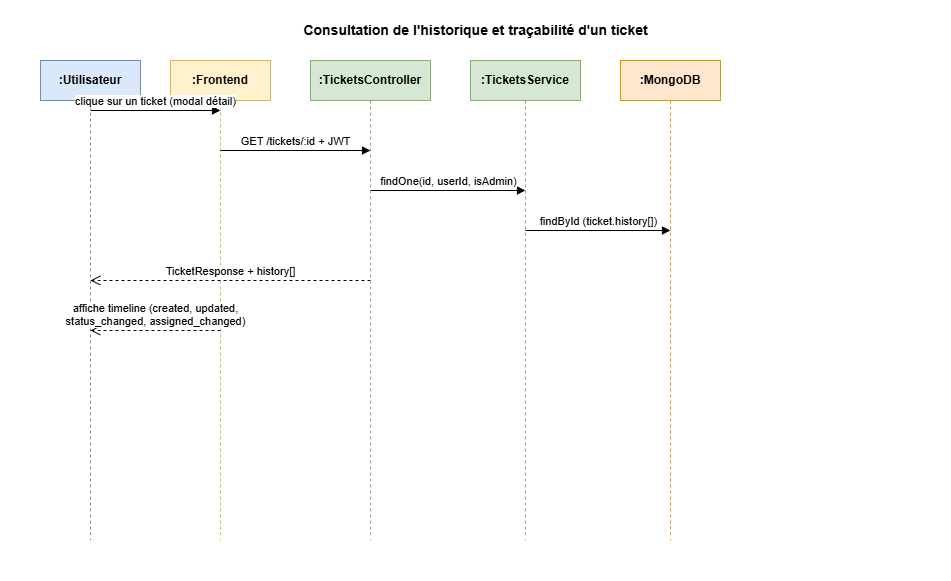
The draw.io diagram docs/diagrammes/seq-historique.png in amelbenhazem/TicketManager, before a commit. Source tidied: cells renumbered, new cells last; positions are measured from the earlier drawing's top-left corner, leaving out a move shared by most shapes.
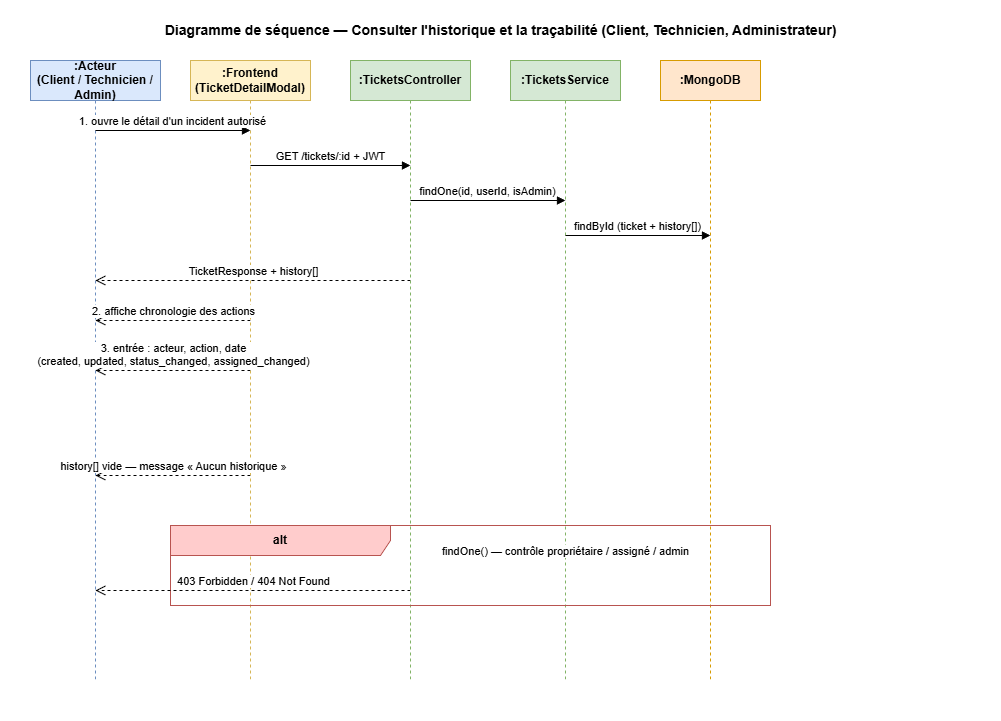
Above is the later version.

Change to the diagram source:
```diff
@@ -3,61 +3,88 @@
     <mxCell id="0" />
     <mxCell id="1" parent="0" />
     <mxCell id="2" style="rounded=0;whiteSpace=wrap;html=1;fillColor=#ffffff;strokeColor=none;" parent="1" vertex="1">
-      <mxGeometry width="950" height="580" as="geometry" />
+      <mxGeometry width="1000" height="720" as="geometry" />
     </mxCell>
-    <mxCell id="3" value="Consultation de l'historique et traçabilité d'un ticket" style="text;html=1;strokeColor=none;fillColor=#ffffff;align=center;fontSize=14;fontStyle=1;fontColor=#000000;" parent="1" vertex="1">
-      <mxGeometry x="200" y="15" width="550" height="30" as="geometry" />
+    <mxCell id="3" value="Diagramme de séquence — Consulter l'historique et la traçabilité (Client, Technicien, Administrateur)" style="text;html=1;strokeColor=none;fillColor=#ffffff;align=center;fontSize=14;fontStyle=1;fontColor=#000000;" parent="1" vertex="1">
+      <mxGeometry x="100" y="15" width="800" height="30" as="geometry" />
     </mxCell>
-    <mxCell id="4" value=":Utilisateur" style="shape=umlLifeline;whiteSpace=wrap;html=1;size=40;fillColor=#dae8fc;strokeColor=#6c8ebf;fontColor=#000000;fontStyle=1;" parent="1" vertex="1">
-      <mxGeometry x="40" y="60" width="100" height="480" as="geometry" />
+    <mxCell id="4" value=":Acteur&#10;(Client / Technicien / Admin)" style="shape=umlLifeline;whiteSpace=wrap;html=1;size=40;fillColor=#dae8fc;strokeColor=#6c8ebf;fontColor=#000000;fontStyle=1;" parent="1" vertex="1">
+      <mxGeometry x="30" y="60" width="130" height="620" as="geometry" />
     </mxCell>
-    <mxCell id="5" value=":Frontend" style="shape=umlLifeline;whiteSpace=wrap;html=1;size=40;fillColor=#fff2cc;strokeColor=#d6b656;fontColor=#000000;fontStyle=1;" parent="1" vertex="1">
-      <mxGeometry x="170" y="60" width="100" height="480" as="geometry" />
+    <mxCell id="5" value=":Frontend&#10;(TicketDetailModal)" style="shape=umlLifeline;whiteSpace=wrap;html=1;size=40;fillColor=#fff2cc;strokeColor=#d6b656;fontColor=#000000;fontStyle=1;" parent="1" vertex="1">
+      <mxGeometry x="190" y="60" width="120" height="620" as="geometry" />
     </mxCell>
     <mxCell id="6" value=":TicketsController" style="shape=umlLifeline;whiteSpace=wrap;html=1;size=40;fillColor=#d5e8d4;strokeColor=#82b366;fontColor=#000000;fontStyle=1;" parent="1" vertex="1">
-      <mxGeometry x="310" y="60" width="120" height="480" as="geometry" />
+      <mxGeometry x="350" y="60" width="120" height="620" as="geometry" />
     </mxCell>
     <mxCell id="7" value=":TicketsService" style="shape=umlLifeline;whiteSpace=wrap;html=1;size=40;fillColor=#d5e8d4;strokeColor=#82b366;fontColor=#000000;fontStyle=1;" parent="1" vertex="1">
-      <mxGeometry x="470" y="60" width="110" height="480" as="geometry" />
+      <mxGeometry x="510" y="60" width="110" height="620" as="geometry" />
     </mxCell>
     <mxCell id="8" value=":MongoDB" style="shape=umlLifeline;whiteSpace=wrap;html=1;size=40;fillColor=#ffe6cc;strokeColor=#d79b00;fontColor=#000000;fontStyle=1;" parent="1" vertex="1">
-      <mxGeometry x="620" y="60" width="100" height="480" as="geometry" />
+      <mxGeometry x="660" y="60" width="100" height="620" as="geometry" />
     </mxCell>
-    <mxCell id="9" value="clique sur un ticket (modal détail)" style="html=1;verticalAlign=bottom;endArrow=block;labelBackgroundColor=#ffffff;fontColor=#000000;strokeColor=#000000;" parent="1" edge="1">
+    <mxCell id="9" value="1. ouvre le détail d'un incident autorisé" style="html=1;verticalAlign=bottom;endArrow=block;labelBackgroundColor=#ffffff;fontColor=#000000;strokeColor=#000000;" parent="1" edge="1">
       <mxGeometry relative="1" as="geometry">
-        <mxPoint x="90" y="110" as="sourcePoint" />
-        <mxPoint x="220" y="110" as="targetPoint" />
+        <mxPoint x="95" y="130" as="sourcePoint" />
+        <mxPoint x="250" y="130" as="targetPoint" />
       </mxGeometry>
     </mxCell>
     <mxCell id="10" value="GET /tickets/:id + JWT" style="html=1;verticalAlign=bottom;endArrow=block;labelBackgroundColor=#ffffff;fontColor=#000000;strokeColor=#000000;" parent="1" edge="1">
       <mxGeometry relative="1" as="geometry">
-        <mxPoint x="220" y="150" as="sourcePoint" />
-        <mxPoint x="370" y="150" as="targetPoint" />
+        <mxPoint x="250" y="165" as="sourcePoint" />
+        <mxPoint x="410" y="165" as="targetPoint" />
       </mxGeometry>
     </mxCell>
     <mxCell id="11" value="findOne(id, userId, isAdmin)" style="html=1;verticalAlign=bottom;endArrow=block;labelBackgroundColor=#ffffff;fontColor=#000000;strokeColor=#000000;" parent="1" edge="1">
       <mxGeometry relative="1" as="geometry">
-        <mxPoint x="370" y="190" as="sourcePoint" />
-        <mxPoint x="525" y="190" as="targetPoint" />
+        <mxPoint x="410" y="200" as="sourcePoint" />
+        <mxPoint x="565" y="200" as="targetPoint" />
       </mxGeometry>
     </mxCell>
-    <mxCell id="12" value="findById (ticket.history[])" style="html=1;verticalAlign=bottom;endArrow=block;labelBackgroundColor=#ffffff;fontColor=#000000;strokeColor=#000000;" parent="1" edge="1">
+    <mxCell id="12" value="findById (ticket + history[])" style="html=1;verticalAlign=bottom;endArrow=block;labelBackgroundColor=#ffffff;fontColor=#000000;strokeColor=#000000;" parent="1" edge="1">
       <mxGeometry relative="1" as="geometry">
-        <mxPoint x="525" y="230" as="sourcePoint" />
-        <mxPoint x="670" y="230" as="targetPoint" />
+        <mxPoint x="565" y="235" as="sourcePoint" />
+        <mxPoint x="710" y="235" as="targetPoint" />
       </mxGeometry>
     </mxCell>
     <mxCell id="13" value="TicketResponse + history[]" style="html=1;verticalAlign=bottom;endArrow=open;dashed=1;endSize=8;labelBackgroundColor=#ffffff;fontColor=#000000;strokeColor=#000000;" parent="1" edge="1">
       <mxGeometry relative="1" as="geometry">
-        <mxPoint x="370" y="280" as="sourcePoint" />
-        <mxPoint x="90" y="280" as="targetPoint" />
+        <mxPoint x="410" y="280" as="sourcePoint" />
+        <mxPoint x="95" y="280" as="targetPoint" />
       </mxGeometry>
     </mxCell>
-    <mxCell id="14" value="affiche timeline (created, updated,&#10;status_changed, assigned_changed)" style="html=1;verticalAlign=bottom;endArrow=open;dashed=1;endSize=8;labelBackgroundColor=#ffffff;fontColor=#000000;strokeColor=#000000;" parent="1" edge="1">
+    <mxCell id="14" value="2. affiche chronologie des actions" style="html=1;verticalAlign=bottom;endArrow=open;dashed=1;endSize=8;labelBackgroundColor=#ffffff;fontColor=#000000;strokeColor=#000000;" parent="1" edge="1">
       <mxGeometry relative="1" as="geometry">
-        <mxPoint x="220" y="330" as="sourcePoint" />
-        <mxPoint x="90" y="330" as="targetPoint" />
+        <mxPoint x="250" y="320" as="sourcePoint" />
+        <mxPoint x="95" y="320" as="targetPoint" />
       </mxGeometry>
     </mxCell>
+    <mxCell id="15" value="3. entrée : acteur, action, date&#10;(created, updated, status_changed, assigned_changed)" style="html=1;verticalAlign=bottom;endArrow=open;dashed=1;endSize=8;labelBackgroundColor=#ffffff;fontColor=#000000;strokeColor=#000000;" parent="1" edge="1">
+      <mxGeometry relative="1" as="geometry">
+        <mxPoint x="250" y="370" as="sourcePoint" />
+        <mxPoint x="95" y="370" as="targetPoint" />
+      </mxGeometry>
+    </mxCell>
+    <mxCell id="16" value="history[] vide — message « Aucun historique »" style="html=1;verticalAlign=bottom;endArrow=open;dashed=1;endSize=8;labelBackgroundColor=#ffffff;fontColor=#000000;strokeColor=#000000;" parent="1" edge="1">
+      <mxGeometry relative="1" as="geometry">
+        <mxPoint x="250" y="475" as="sourcePoint" />
+        <mxPoint x="95" y="475" as="targetPoint" />
+      </mxGeometry>
+    </mxCell>
+    <mxCell id="17" value="alt" style="shape=umlFrame;whiteSpace=wrap;html=1;width=220;height=30;fillColor=#ffcccc;strokeColor=#b85450;fontColor=#000000;fontStyle=1;" parent="1" vertex="1">
+      <mxGeometry x="170" y="525" width="600" height="80" as="geometry" />
+    </mxCell>
+    <mxCell id="18" value="findOne() — contrôle propriétaire / assigné / admin" style="html=1;verticalAlign=bottom;endArrow=block;labelBackgroundColor=#ffffff;fontColor=#000000;strokeColor=#000000;" parent="1" edge="1">
+      <mxGeometry relative="1" as="geometry">
+        <mxPoint x="565" y="560" as="sourcePoint" />
+        <mxPoint x="565" y="560" as="targetPoint" />
+      </mxGeometry>
+    </mxCell>
+    <mxCell id="19" value="403 Forbidden / 404 Not Found" style="html=1;verticalAlign=bottom;endArrow=open;dashed=1;endSize=8;labelBackgroundColor=#ffffff;fontColor=#000000;strokeColor=#000000;" parent="1" edge="1">
+      <mxGeometry relative="1" as="geometry">
+        <mxPoint x="410" y="590" as="sourcePoint" />
+        <mxPoint x="95" y="590" as="targetPoint" />
+      </mxGeometry>
+    </mxCell>
   </root>
 </mxGraphModel>
```
